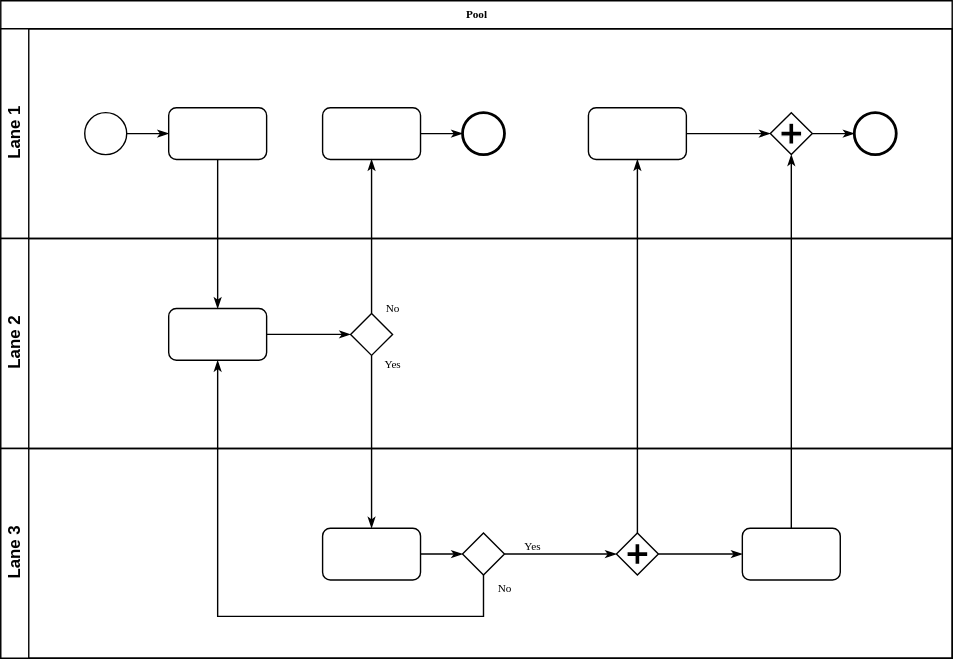
JuanLuisCorrea/Diagramas-de-flujo-para-servicios---WoT keeps this draw.io diagram as Gasolineras.svg. Above is the earlier version. Source tidied: cells renumbered, new cells last; positions are measured from the earlier drawing's top-left corner, leaving out a move shared by most shapes.
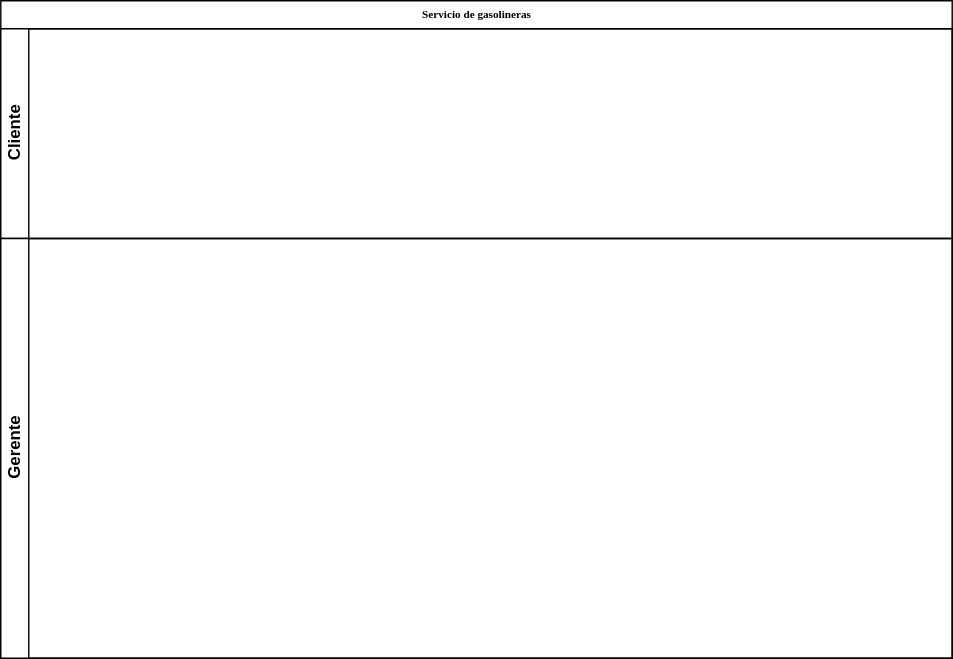
After the commit.

What changed in the source:
```diff
@@ -2,103 +2,14 @@
   <root>
     <mxCell id="0" />
     <mxCell id="1" parent="0" />
-    <mxCell id="2" value="Pool" style="swimlane;html=1;horizontal=1;startSize=20;rounded=0;shadow=0;labelBackgroundColor=none;strokeWidth=1;fontFamily=Verdana;fontSize=8;align=center;" parent="1" vertex="1">
+    <mxCell id="2" value="Servicio de gasolineras" style="swimlane;html=1;horizontal=1;startSize=20;rounded=0;shadow=0;labelBackgroundColor=none;strokeWidth=1;fontFamily=Verdana;fontSize=8;align=center;" parent="1" vertex="1">
       <mxGeometry width="680" height="470" as="geometry" />
     </mxCell>
-    <mxCell id="3" value="Lane 1" style="swimlane;html=1;startSize=20;horizontal=0;" parent="2" vertex="1">
+    <mxCell id="3" value="Cliente" style="swimlane;html=1;startSize=20;horizontal=0;" parent="2" vertex="1">
       <mxGeometry y="20" width="680" height="150" as="geometry" />
     </mxCell>
-    <mxCell id="4" style="edgeStyle=orthogonalEdgeStyle;rounded=0;html=1;labelBackgroundColor=none;startArrow=none;startFill=0;startSize=5;endArrow=classicThin;endFill=1;endSize=5;jettySize=auto;strokeWidth=1;fontFamily=Verdana;fontSize=8;" parent="3" edge="1" source="5" target="6">
-      <mxGeometry relative="1" as="geometry" />
-    </mxCell>
-    <mxCell id="5" style="ellipse;whiteSpace=wrap;html=1;rounded=0;shadow=0;labelBackgroundColor=none;strokeWidth=1;fontFamily=Verdana;fontSize=8;align=center;" parent="3" vertex="1">
-      <mxGeometry x="60" y="60" width="30" height="30" as="geometry" />
-    </mxCell>
-    <mxCell id="6" style="rounded=1;whiteSpace=wrap;html=1;shadow=0;labelBackgroundColor=none;strokeWidth=1;fontFamily=Verdana;fontSize=8;align=center;" parent="3" vertex="1">
-      <mxGeometry x="120" y="56.5" width="70" height="37" as="geometry" />
-    </mxCell>
-    <mxCell id="7" style="edgeStyle=orthogonalEdgeStyle;rounded=0;html=1;labelBackgroundColor=none;startArrow=none;startFill=0;startSize=5;endArrow=classicThin;endFill=1;endSize=5;jettySize=auto;strokeWidth=1;fontFamily=Verdana;fontSize=8;" parent="3" edge="1" source="8" target="9">
-      <mxGeometry relative="1" as="geometry" />
-    </mxCell>
-    <mxCell id="8" style="rounded=1;whiteSpace=wrap;html=1;shadow=0;labelBackgroundColor=none;strokeWidth=1;fontFamily=Verdana;fontSize=8;align=center;" parent="3" vertex="1">
-      <mxGeometry x="230" y="56.5" width="70" height="37" as="geometry" />
-    </mxCell>
-    <mxCell id="9" style="ellipse;whiteSpace=wrap;html=1;rounded=0;shadow=0;labelBackgroundColor=none;strokeWidth=2;fontFamily=Verdana;fontSize=8;align=center;" parent="3" vertex="1">
-      <mxGeometry x="330" y="60" width="30" height="30" as="geometry" />
-    </mxCell>
-    <mxCell id="10" style="edgeStyle=orthogonalEdgeStyle;rounded=0;html=1;entryX=0;entryY=0.5;labelBackgroundColor=none;startArrow=none;startFill=0;startSize=5;endArrow=classicThin;endFill=1;endSize=5;jettySize=auto;strokeWidth=1;fontFamily=Verdana;fontSize=8;" parent="3" edge="1" source="11" target="13">
-      <mxGeometry relative="1" as="geometry" />
-    </mxCell>
-    <mxCell id="11" style="rounded=1;whiteSpace=wrap;html=1;shadow=0;labelBackgroundColor=none;strokeWidth=1;fontFamily=Verdana;fontSize=8;align=center;" parent="3" vertex="1">
-      <mxGeometry x="420" y="56.5" width="70" height="37" as="geometry" />
-    </mxCell>
-    <mxCell id="12" style="edgeStyle=orthogonalEdgeStyle;rounded=0;html=1;labelBackgroundColor=none;startArrow=none;startFill=0;startSize=5;endArrow=classicThin;endFill=1;endSize=5;jettySize=auto;strokeWidth=1;fontFamily=Verdana;fontSize=8;" parent="3" edge="1" source="13" target="14">
-      <mxGeometry relative="1" as="geometry" />
-    </mxCell>
-    <mxCell id="13" style="shape=mxgraph.bpmn.shape;html=1;verticalLabelPosition=bottom;labelBackgroundColor=#ffffff;verticalAlign=top;perimeter=rhombusPerimeter;background=gateway;outline=none;symbol=parallelGw;rounded=1;shadow=0;strokeWidth=1;fontFamily=Verdana;fontSize=8;align=center;" parent="3" vertex="1">
-      <mxGeometry x="550" y="60" width="30" height="30" as="geometry" />
-    </mxCell>
-    <mxCell id="14" style="ellipse;whiteSpace=wrap;html=1;rounded=0;shadow=0;labelBackgroundColor=none;strokeWidth=2;fontFamily=Verdana;fontSize=8;align=center;" parent="3" vertex="1">
-      <mxGeometry x="610" y="60" width="30" height="30" as="geometry" />
-    </mxCell>
-    <mxCell id="15" value="Lane 2" style="swimlane;html=1;startSize=20;horizontal=0;" parent="2" vertex="1">
-      <mxGeometry y="170" width="680" height="150" as="geometry" />
+    <mxCell id="15" value="Gerente" style="swimlane;html=1;startSize=20;horizontal=0;" parent="2" vertex="1">
+      <mxGeometry y="170" width="680" height="300" as="geometry" />
     </mxCell>
-    <mxCell id="16" style="edgeStyle=orthogonalEdgeStyle;rounded=0;html=1;labelBackgroundColor=none;startArrow=none;startFill=0;startSize=5;endArrow=classicThin;endFill=1;endSize=5;jettySize=auto;strokeWidth=1;fontFamily=Verdana;fontSize=8;" parent="15" edge="1" source="17" target="18">
-      <mxGeometry relative="1" as="geometry" />
-    </mxCell>
-    <mxCell id="17" style="rounded=1;whiteSpace=wrap;html=1;shadow=0;labelBackgroundColor=none;strokeWidth=1;fontFamily=Verdana;fontSize=8;align=center;" parent="15" vertex="1">
-      <mxGeometry x="120" y="50" width="70" height="37" as="geometry" />
-    </mxCell>
-    <mxCell id="18" style="strokeWidth=1;html=1;shape=mxgraph.flowchart.decision;whiteSpace=wrap;rounded=1;shadow=0;labelBackgroundColor=none;fontFamily=Verdana;fontSize=8;align=center;" parent="15" vertex="1">
-      <mxGeometry x="250" y="53.5" width="30" height="30" as="geometry" />
-    </mxCell>
-    <mxCell id="19" value="Lane 3" style="swimlane;html=1;startSize=20;horizontal=0;" parent="2" vertex="1">
-      <mxGeometry y="320" width="680" height="150" as="geometry" />
-    </mxCell>
-    <mxCell id="20" style="edgeStyle=orthogonalEdgeStyle;rounded=0;html=1;labelBackgroundColor=none;startArrow=none;startFill=0;startSize=5;endArrow=classicThin;endFill=1;endSize=5;jettySize=auto;strokeWidth=1;fontFamily=Verdana;fontSize=8;" parent="19" edge="1" source="21" target="23">
-      <mxGeometry relative="1" as="geometry" />
-    </mxCell>
-    <mxCell id="21" style="rounded=1;whiteSpace=wrap;html=1;shadow=0;labelBackgroundColor=none;strokeWidth=1;fontFamily=Verdana;fontSize=8;align=center;" parent="19" vertex="1">
-      <mxGeometry x="230" y="57" width="70" height="37" as="geometry" />
-    </mxCell>
-    <mxCell id="22" value="Yes" style="edgeStyle=orthogonalEdgeStyle;rounded=0;html=1;entryX=0;entryY=0.5;labelBackgroundColor=none;startArrow=none;startFill=0;startSize=5;endArrow=classicThin;endFill=1;endSize=5;jettySize=auto;strokeWidth=1;fontFamily=Verdana;fontSize=8;" parent="19" edge="1" source="23" target="25">
-      <mxGeometry x="-0.5" y="6" relative="1" as="geometry" />
-    </mxCell>
-    <mxCell id="23" style="strokeWidth=1;html=1;shape=mxgraph.flowchart.decision;whiteSpace=wrap;rounded=1;shadow=0;labelBackgroundColor=none;fontFamily=Verdana;fontSize=8;align=center;" parent="19" vertex="1">
-      <mxGeometry x="330" y="60.5" width="30" height="30" as="geometry" />
-    </mxCell>
-    <mxCell id="24" style="edgeStyle=orthogonalEdgeStyle;rounded=0;html=1;labelBackgroundColor=none;startArrow=none;startFill=0;startSize=5;endArrow=classicThin;endFill=1;endSize=5;jettySize=auto;strokeColor=#000000;strokeWidth=1;fontFamily=Verdana;fontSize=8;fontColor=#000000;" parent="19" edge="1" source="25" target="26">
-      <mxGeometry relative="1" as="geometry" />
-    </mxCell>
-    <mxCell id="25" style="shape=mxgraph.bpmn.shape;html=1;verticalLabelPosition=bottom;labelBackgroundColor=#ffffff;verticalAlign=top;perimeter=rhombusPerimeter;background=gateway;outline=none;symbol=parallelGw;rounded=1;shadow=0;strokeWidth=1;fontFamily=Verdana;fontSize=8;align=center;" parent="19" vertex="1">
-      <mxGeometry x="440" y="60.5" width="30" height="30" as="geometry" />
-    </mxCell>
-    <mxCell id="26" style="rounded=1;whiteSpace=wrap;html=1;shadow=0;labelBackgroundColor=none;strokeWidth=1;fontFamily=Verdana;fontSize=8;align=center;" parent="19" vertex="1">
-      <mxGeometry x="530" y="57" width="70" height="37" as="geometry" />
-    </mxCell>
-    <mxCell id="27" style="edgeStyle=orthogonalEdgeStyle;rounded=0;html=1;labelBackgroundColor=none;startArrow=none;startFill=0;startSize=5;endArrow=classicThin;endFill=1;endSize=5;jettySize=auto;strokeWidth=1;fontFamily=Verdana;fontSize=8;" parent="2" edge="1" source="6" target="17">
-      <mxGeometry relative="1" as="geometry" />
-    </mxCell>
-    <mxCell id="28" value="No" style="edgeStyle=orthogonalEdgeStyle;rounded=0;html=1;labelBackgroundColor=none;startArrow=none;startFill=0;startSize=5;endArrow=classicThin;endFill=1;endSize=5;jettySize=auto;strokeWidth=1;fontFamily=Verdana;fontSize=8;" parent="2" edge="1" source="18" target="8">
-      <mxGeometry x="-0.94" y="-15" relative="1" as="geometry" />
-    </mxCell>
-    <mxCell id="29" value="Yes" style="edgeStyle=orthogonalEdgeStyle;rounded=0;html=1;labelBackgroundColor=none;startArrow=none;startFill=0;startSize=5;endArrow=classicThin;endFill=1;endSize=5;jettySize=auto;strokeWidth=1;fontFamily=Verdana;fontSize=8;" parent="2" edge="1" source="18" target="21">
-      <mxGeometry x="-0.89" y="15" relative="1" as="geometry" />
-    </mxCell>
-    <mxCell id="30" style="edgeStyle=orthogonalEdgeStyle;rounded=0;html=1;entryX=0.5;entryY=1;labelBackgroundColor=none;startArrow=none;startFill=0;startSize=5;endArrow=classicThin;endFill=1;endSize=5;jettySize=auto;strokeWidth=1;fontFamily=Verdana;fontSize=8;" parent="2" edge="1" source="26" target="13">
-      <mxGeometry relative="1" as="geometry" />
-    </mxCell>
-    <mxCell id="31" value="No" style="edgeStyle=orthogonalEdgeStyle;rounded=0;html=1;labelBackgroundColor=none;startArrow=none;startFill=0;startSize=5;endArrow=classicThin;endFill=1;endSize=5;jettySize=auto;strokeWidth=1;fontFamily=Verdana;fontSize=8;" parent="2" edge="1" source="23" target="17">
-      <mxGeometry x="-0.95" y="15" relative="1" as="geometry">
-        <Array as="points">
-          <mxPoint x="345" y="440" />
-          <mxPoint x="155" y="440" />
-        </Array>
-      </mxGeometry>
-    </mxCell>
-    <mxCell id="32" style="edgeStyle=orthogonalEdgeStyle;rounded=0;html=1;labelBackgroundColor=none;startArrow=none;startFill=0;startSize=5;endArrow=classicThin;endFill=1;endSize=5;jettySize=auto;strokeWidth=1;fontFamily=Verdana;fontSize=8;" parent="2" edge="1" source="25" target="11">
-      <mxGeometry relative="1" as="geometry" />
-    </mxCell>
   </root>
 </mxGraphModel>
```
